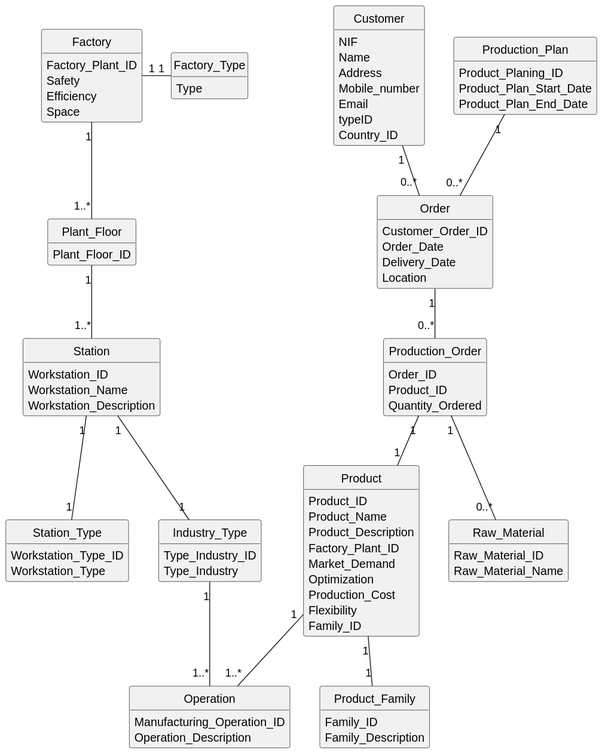
The PlantUML diagram documentation/Domain_Model.svg in DiogoMMP/industrial-production-management_y2_2024, before a commit. The source it was exported from:
```plantuml
@startuml
skinparam monochrome true
skinparam packageStyle rectangle
skinparam shadowing false

skinparam classAttributeIconSize 0
hide circle
hide methods

class Customer {
    NIF
    Name
    Address
    Mobile_number
    Email
    typeID
    Country_ID
}

class Product {
    Product_ID
    Product_Name
    Product_Description
    Factory_Plant_ID
    Market_Demand
    Optimization
    Production_Cost
    Flexibility
    Family_ID
}

class Factory {
    Factory_Plant_ID
    Safety
    Efficiency
    Space
}

class Factory_Type {
    Type
}

class Raw_Material {
    Raw_Material_ID
    Raw_Material_Name
}

class Plant_Floor {
    Plant_Floor_ID
}

class Station {
    Workstation_ID
    Workstation_Name
    Workstation_Description
}

class Station_Type {
    Workstation_Type_ID
    Workstation_Type
}

class Industry_Type {
    Type_Industry_ID
    Type_Industry
}

class Operation {
    Manufacturing_Operation_ID
    Operation_Description
}

class Production_Plan {
    Product_Planing_ID
    Product_Plan_Start_Date
    Product_Plan_End_Date
}

class Order {
    Customer_Order_ID
    Order_Date
    Delivery_Date
    Location
}

class Product_Family {
    Family_ID
    Family_Description
}

class Production_Order {
    Order_ID
    Product_ID
    Quantity_Ordered
}

Customer "1" -- "0..*" Order
Order "1" -- "0..*" Production_Order
Factory "1" - "1" Factory_Type
Station "1" -- "1" Station_Type
Factory "1" -- "1..*" Plant_Floor
Plant_Floor "1" -- "1..*" Station
Station "1" -- "1" Industry_Type
Industry_Type "1" -- "1..*" Operation
Product "1" -- "1" Product_Family
Product "1" -- "1..*" Operation
Production_Plan "1" -- "0..*" Order
Production_Order "1" -- "1" Product
Production_Order "1" -- "0..*" Raw_Material
@enduml
```
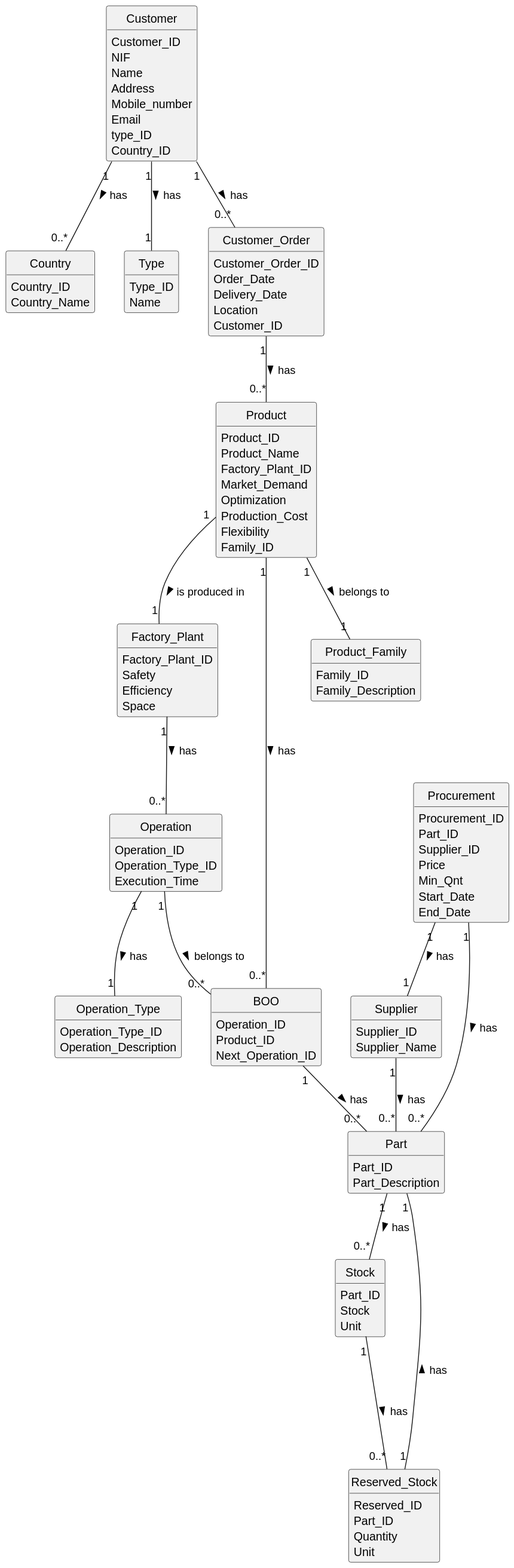
Above is the later version.

Commit message:
#169 Update Domain Model Time: 30min

Change to the diagram source:
```diff
@@ -8,19 +8,19 @@
 hide methods
 
 class Customer {
+    Customer_ID
     NIF
     Name
     Address
     Mobile_number
     Email
-    typeID
+    type_ID
     Country_ID
 }
 
 class Product {
     Product_ID
     Product_Name
-    Product_Description
     Factory_Plant_ID
     Market_Demand
     Optimization
@@ -29,58 +29,79 @@
     Family_ID
 }
 
-class Factory {
+class Factory_Plant {
     Factory_Plant_ID
     Safety
     Efficiency
     Space
 }
 
-class Factory_Type {
-    Type
+class Country {
+    Country_ID
+    Country_Name
 }
 
-class Raw_Material {
-    Raw_Material_ID
-    Raw_Material_Name
+class Type {
+    Type_ID
+    Name
 }
 
-class Plant_Floor {
-    Plant_Floor_ID
-}
-
-class Station {
-    Workstation_ID
-    Workstation_Name
-    Workstation_Description
-}
-
-class Station_Type {
-    Workstation_Type_ID
-    Workstation_Type
-}
-
-class Industry_Type {
-    Type_Industry_ID
-    Type_Industry
-}
-
-class Operation {
-    Manufacturing_Operation_ID
-    Operation_Description
-}
-
-class Production_Plan {
-    Product_Planing_ID
-    Product_Plan_Start_Date
-    Product_Plan_End_Date
-}
-
-class Order {
+class Customer_Order {
     Customer_Order_ID
     Order_Date
     Delivery_Date
     Location
+    Customer_ID
+}
+
+class BOO {
+    Operation_ID
+    Product_ID
+    Next_Operation_ID
+}
+
+class Operation {
+    Operation_ID
+    Operation_Type_ID
+    Execution_Time
+}
+
+class Operation_Type {
+    Operation_Type_ID
+    Operation_Description
+}
+
+class Part {
+    Part_ID
+    Part_Description
+}
+
+class Supplier {
+    Supplier_ID
+    Supplier_Name
+}
+
+class Procurement {
+    Procurement_ID
+    Part_ID
+    Supplier_ID
+    Price
+    Min_Qnt
+    Start_Date
+    End_Date
+}
+
+class Stock {
+    Part_ID
+    Stock
+    Unit
+}
+
+class Reserved_Stock {
+    Reserved_ID
+    Part_ID
+    Quantity
+    Unit
 }
 
 class Product_Family {
@@ -88,23 +109,27 @@
     Family_Description
 }
 
-class Production_Order {
-    Order_ID
-    Product_ID
-    Quantity_Ordered
-}
+Customer "1" -- "0..*" Customer_Order: has >
+Customer "1" -- "1" Type: has >
+Customer "1" -- "0..*" Country: has >
 
-Customer "1" -- "0..*" Order
-Order "1" -- "0..*" Production_Order
-Factory "1" - "1" Factory_Type
-Station "1" -- "1" Station_Type
-Factory "1" -- "1..*" Plant_Floor
-Plant_Floor "1" -- "1..*" Station
-Station "1" -- "1" Industry_Type
-Industry_Type "1" -- "1..*" Operation
-Product "1" -- "1" Product_Family
-Product "1" -- "1..*" Operation
-Production_Plan "1" -- "0..*" Order
-Production_Order "1" -- "1" Product
-Production_Order "1" -- "0..*" Raw_Material
+Customer_Order "1" -- "0..*" Product: has >
+
+Product "1" -- "0..*" BOO: has >
+
+Product "1" -- "1" Factory_Plant: is produced in >
+
+Product "1" -- "1" Product_Family : belongs to >
+
+Factory_Plant "1" -- "0..*" Operation: has >
+
+Operation "1" -- "0..*" BOO : belongs to >
+Operation "1" -- "1" Operation_Type : has >
+BOO "1" -- "0..*" Part : has >
+Part "1" -- "0..*" Stock : has >
+Stock "1" --- "0..*" Reserved_Stock : has >
+Procurement "1" -- "1" Supplier : has >
+Procurement "1" -- "0..*" Part : has >
+Reserved_Stock "1" --- "1" Part : has >
+Supplier "1" -- "0..*" Part : has >
 @enduml
```
